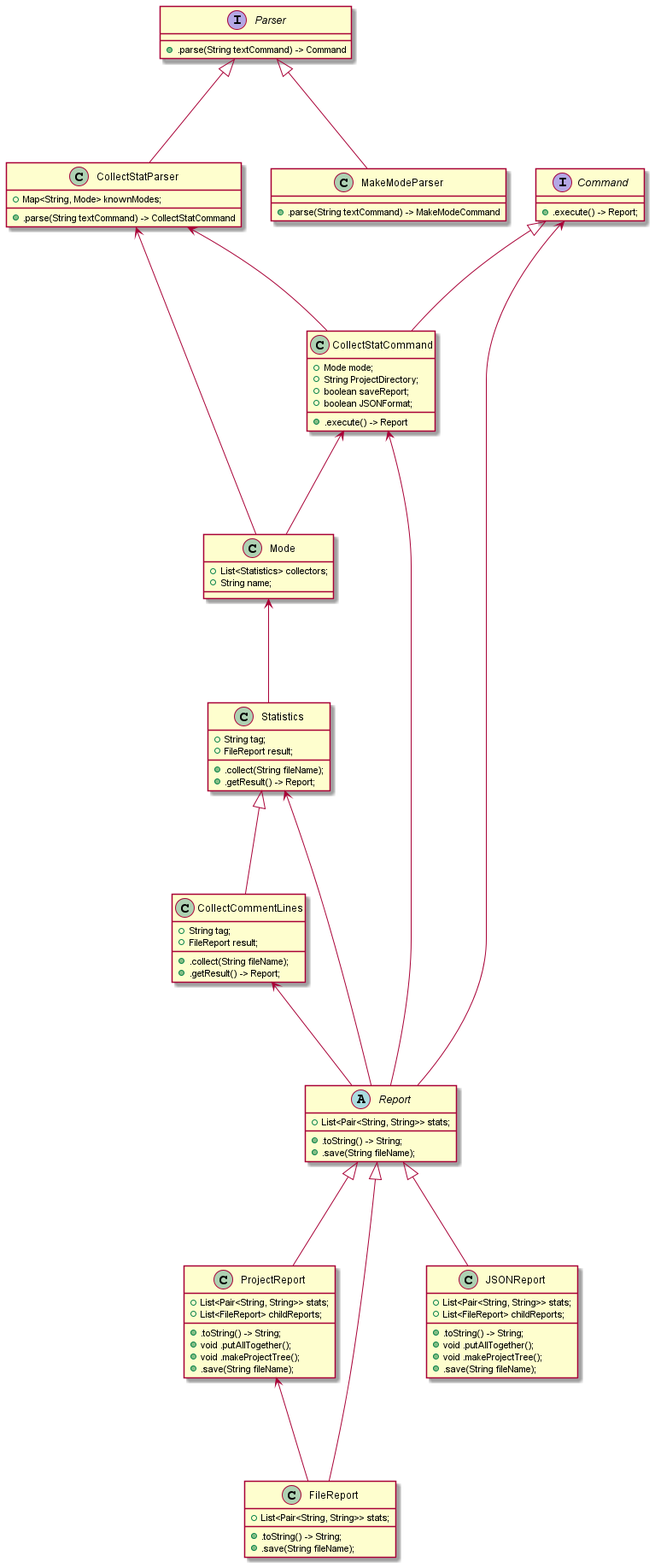
Above: staticUML.png in vetand/code-statistics (PlantUML), before the change.
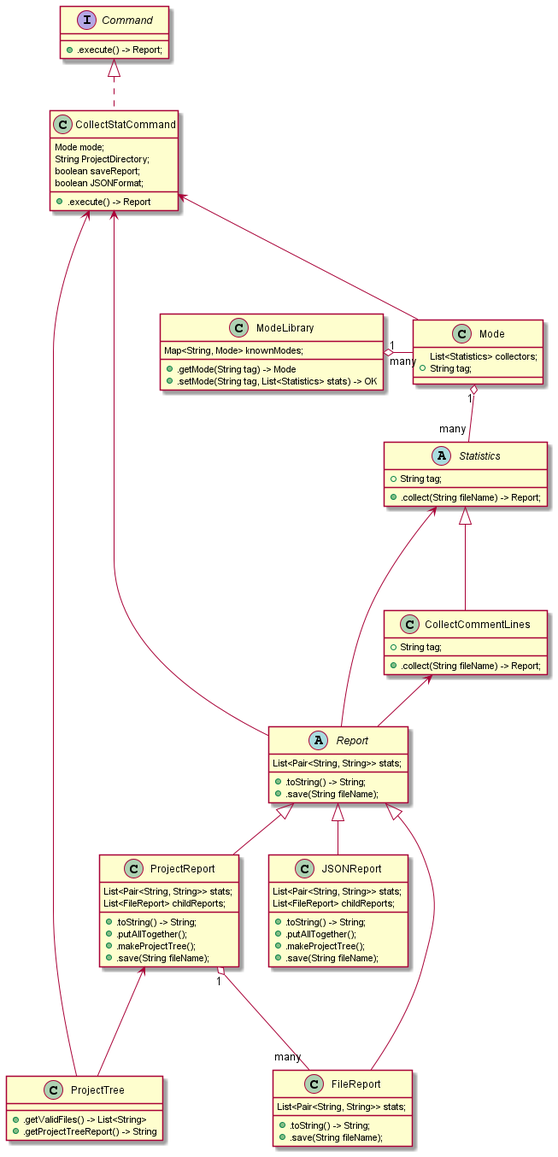
After the commit.

Commit message:
UML improvements

The edit, as a diff of the source:
```diff
@@ -1,46 +1,39 @@
 @startuml
 
-interface Parser {
-    +.parse(String textCommand) -> Command
+class Mode {
+    List<Statistics> collectors;
+    +String tag;
 }
 
-class CollectStatParser {
-    +Map<String, Mode> knownModes;
-    +.parse(String textCommand) -> CollectStatCommand
+class ModeLibrary {
+    Map<String, Mode> knownModes;
+    +.getMode(String tag) -> Mode
+    +.setMode(String tag, List<Statistics> stats) -> OK
 }
 
-class MakeModeParser {
-    +.parse(String textCommand) -> MakeModeCommand
+class ProjectTree {
+    +.getValidFiles() -> List<String>
+    +.getProjectTreeReport() -> String
 }
 
-Parser <|--- CollectStatParser
-Parser <|--- MakeModeParser
+CollectStatCommand <- ProjectTree
+ProjectReport <--- ProjectTree
 
-class Mode {
-    +List<Statistics> collectors;
-    +String name;
+ModeLibrary "1" o- "many" Mode
+
+abstract class Statistics {
+    +String tag;
+    +.collect(String fileName) -> Report;
 }
 
-CollectStatParser <--- Mode
-
-class Statistics {
-    +String tag;
-    +FileReport result;
-    +.collect(String fileName);
-    +.getResult() -> Report;
-}
-
-Mode <--- Statistics
+Mode "1" o--"many" Statistics
 
 class CollectCommentLines {
     +String tag;
-    +FileReport result;
-    +.collect(String fileName);
-    +.getResult() -> Report;
+    +.collect(String fileName) -> Report;
 }
 
 Statistics <|--- CollectCommentLines
-CollectStatParser <--- CollectStatCommand
 CollectStatCommand <--- Mode
 
 interface Command {
@@ -48,55 +41,54 @@
 }
 
 class CollectStatCommand {
-    +Mode mode;
-    +String ProjectDirectory;
-    +boolean saveReport;
-    +boolean JSONFormat;
+    Mode mode;
+    String ProjectDirectory;
+    boolean saveReport;
+    boolean JSONFormat;
     +.execute() -> Report
 }
 
-Command <|--- CollectStatCommand
+Command <|.. CollectStatCommand
 
 abstract class Report {
-    +List<Pair<String, String>> stats;
+    List<Pair<String, String>> stats;
     +.toString() -> String;
     +.save(String fileName);
 }
 
-Command <--- Report
 
 class ProjectReport {
-    +List<Pair<String, String>> stats;
-    +List<FileReport> childReports;
+    List<Pair<String, String>> stats;
+    List<FileReport> childReports;
     +.toString() -> String;
-    +void .putAllTogether();
-    +void .makeProjectTree();
+    +.putAllTogether();
+    +.makeProjectTree();
     +.save(String fileName);
 }
 
 class FileReport {
-    +List<Pair<String, String>> stats;
+    List<Pair<String, String>> stats;
     +.toString() -> String;
     +.save(String fileName);
 }
 
 CollectStatCommand <--- Report
-ProjectReport <--- FileReport
+ProjectReport "1" o--- "many" FileReport
 
-Report <|--- FileReport
-Report <|--- ProjectReport
-CollectCommentLines <--- Report
-Statistics <--- Report
+Report <|-- FileReport
+Report <|-- ProjectReport
+CollectCommentLines <-- Report
+Statistics <-- Report
 
 class JSONReport {
-    +List<Pair<String, String>> stats;
-    +List<FileReport> childReports;
+    List<Pair<String, String>> stats;
+    List<FileReport> childReports;
     +.toString() -> String;
-    +void .putAllTogether();
-    +void .makeProjectTree();
+    +.putAllTogether();
+    +.makeProjectTree();
     +.save(String fileName);
 }
 
-Report <|--- JSONReport
+Report <|-- JSONReport
 
 @enduml
```
